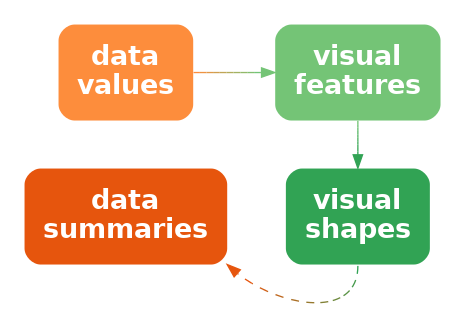
Before: Diagrams/data-vis-shape-decode.png, a diagram exported from Graphviz (pmur002/hdvw). Its source is kept beside it as Diagrams/data-vis-shape-decode.dot.
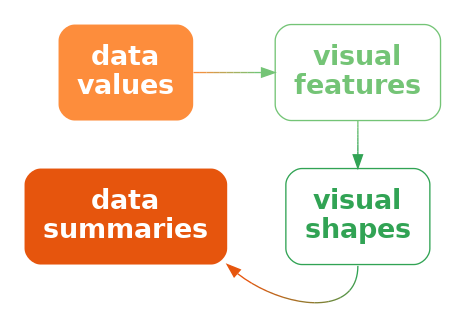
The same file after the commit.

Change to the diagram source:
```diff
@@ -4,12 +4,12 @@
   data [ label="data\nvalues"; shape=box; style="filled, rounded"; penwidth=0; fontcolor=white; fillcolor="#FD8D3C" ]
   stat [ label="data\nsummaries"; shape=box; style="filled, rounded"; penwidth=0; fontcolor=white; fillcolor="#E6550D" ]
   vis [ label="visual\nfeatures"; shape=box;
-     style="filled, rounded"; penwidth=0; fontcolor=white; fillcolor="#74C476" ]
+     style="rounded"; color="#74C476"; fontcolor="#74C476" ]
   shape [ label="visual\nshapes"; shape=box;
-       style="filled, rounded"; penwidth=0; fontcolor=white; fillcolor="#31A354" ]
-  data -> vis [ color="#FD8D3C;0.1:#EE9342;0.1:#DF9949;0.1:#CF9F4F;0.1:#C0A556;0.1:#B1AC5C;0.1:#A2B263;0.1:#92B869;0.1:#83BE70;0.1:#74C476;0.1" ]
-  vis -> shape [ color="#74C476;0.1:#6DC072;0.1:#65BD6E;0.1:#5EB96B;0.1:#56B567;0.1:#4FB263;0.1:#47AE5F;0.1:#40AA5C;0.1:#38A758;0.1:#31A354;0.1" ]
-  shape:s -> stat:se [ style="dashed", color="#31A354;0.1:#459A4C;0.1:#599244;0.1:#6D893C;0.1:#818034;0.1:#96782D;0.1:#AA6F25;0.1:#BE661D;0.1:#D25E15;0.1:#E6550D;0.1" ]
+       style="rounded"; color="#31A354"; fontcolor="#31A354" ]
+  data -> vis [ style="bold"; penwidth=1; color="#FD8D3C;0.1:#EE9342;0.1:#DF9949;0.1:#CF9F4F;0.1:#C0A556;0.1:#B1AC5C;0.1:#A2B263;0.1:#92B869;0.1:#83BE70;0.1:#74C476;0.1" ]
+  vis -> shape [ style="solid", color="#74C476;0.1:#6DC072;0.1:#65BD6E;0.1:#5EB96B;0.1:#56B567;0.1:#4FB263;0.1:#47AE5F;0.1:#40AA5C;0.1:#38A758;0.1:#31A354;0.1" ]
+  shape:s -> stat:se [ style="solid", color="#31A354;0.1:#459A4C;0.1:#599244;0.1:#6D893C;0.1:#818034;0.1:#96782D;0.1:#AA6F25;0.1:#BE661D;0.1:#D25E15;0.1:#E6550D;0.1" ]
 { rank=same; data, stat }
 { rank=same; vis, shape }
 }
```
